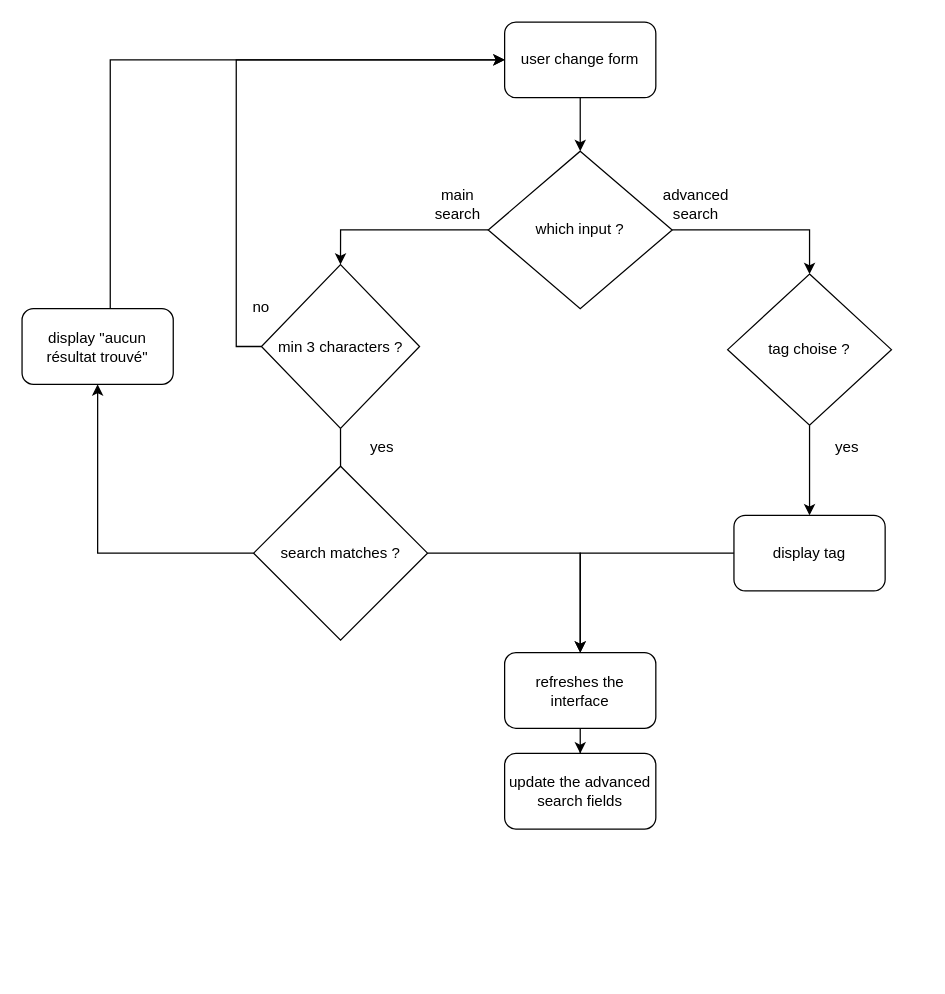
The draw.io diagram algorigramme boucles natives.drawio in madelineGrammatico/Les_Petits_Plats, before the edit. Source tidied: cells renumbered, new cells numbered last; positions are measured from the earlier drawing's top-left corner, leaving out a move shared by most shapes. Both pictures are drawn from the tidied source at 126%, with x=0, y=0 at pixel (21, 21).
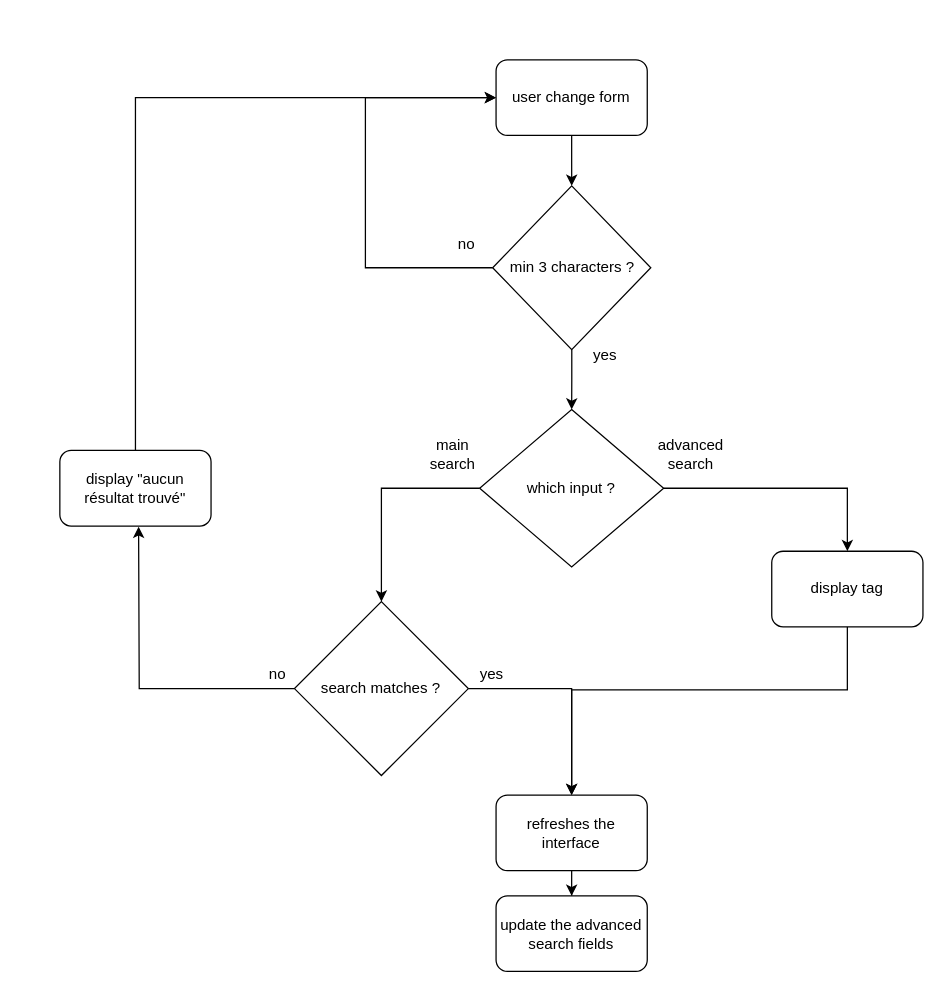
Above is the later version.

Diff of the diagram source:
```diff
@@
-    <mxCell id="2" style="edgeStyle=orthogonalEdgeStyle;rounded=0;jettySize=auto;html=1;entryX=0.5;entryY=0;entryDx=0;entryDy=0;exitX=0.5;exitY=1;exitDx=0;exitDy=0;" parent="1" edge="1" source="4" target="9">
-      <mxGeometry relative="1" as="geometry">
-        <Array as="points">
-          <mxPoint x="253" y="385" />
-        </Array>
-      </mxGeometry>
-    </mxCell>
     <mxCell id="3" style="edgeStyle=orthogonalEdgeStyle;rounded=0;jettySize=auto;html=1;exitX=0;exitY=0.5;exitDx=0;exitDy=0;entryX=0;entryY=0.5;entryDx=0;entryDy=0;" parent="1" edge="1" source="4" target="6">
-      <mxGeometry relative="1" as="geometry" />
+      <mxGeometry relative="1" as="geometry">
+        <Array as="points">
+          <mxPoint x="272.5" y="195" />
+          <mxPoint x="272.5" y="60" />
+        </Array>
+      </mxGeometry>
     </mxCell>
+    <mxCell id="27" style="edgeStyle=orthogonalEdgeStyle;rounded=0;jettySize=auto;html=1;" parent="1" edge="1" source="4" target="24">
+      <mxGeometry relative="1" as="geometry" />
+    </mxCell>
     <mxCell id="4" value="min 3 characters ? " style="rhombus;whiteSpace=wrap;html=1;" parent="1" vertex="1">
-      <mxGeometry x="190" y="192.5" width="125.5" height="130" as="geometry" />
+      <mxGeometry x="373.5" y="130" width="125.5" height="130" as="geometry" />
     </mxCell>
-    <mxCell id="5" style="edgeStyle=orthogonalEdgeStyle;rounded=0;jettySize=auto;html=1;entryX=0.5;entryY=0;entryDx=0;entryDy=0;" parent="1" edge="1" source="6" target="24">
-      <mxGeometry relative="1" as="geometry" />
-    </mxCell>
+    <mxCell id="28" style="edgeStyle=orthogonalEdgeStyle;rounded=0;jettySize=auto;html=1;entryX=0.5;entryY=0;entryDx=0;entryDy=0;" parent="1" edge="1" source="6" target="4">
+      <mxGeometry relative="1" as="geometry" />
+    </mxCell>
     <mxCell id="6" value="user change form" style="rounded=1;whiteSpace=wrap;html=1;" parent="1" vertex="1">
-      <mxGeometry x="383" width="120" height="60" as="geometry" />
+      <mxGeometry x="376.2" y="30" width="120" height="60" as="geometry" />
     </mxCell>
@@
-    <mxCell id="8" style="edgeStyle=orthogonalEdgeStyle;rounded=0;jettySize=auto;html=1;entryX=0.5;entryY=1;entryDx=0;entryDy=0;" parent="1" edge="1" source="9" target="21">
-      <mxGeometry relative="1" as="geometry" />
-    </mxCell>
+    <mxCell id="29" style="edgeStyle=orthogonalEdgeStyle;rounded=0;jettySize=auto;html=1;entryX=0.5;entryY=1;entryDx=0;entryDy=0;" parent="1" edge="1" source="9">
+      <mxGeometry relative="1" as="geometry">
+        <mxPoint x="92.5" y="400.5" as="targetPoint" />
+      </mxGeometry>
+    </mxCell>
     <mxCell id="9" value="search matches ?" style="rhombus;whiteSpace=wrap;html=1;" parent="1" vertex="1">
-      <mxGeometry x="183.8" y="352.5" width="138" height="138" as="geometry" />
+      <mxGeometry x="216.2" y="460" width="138" height="138" as="geometry" />
     </mxCell>
-    <mxCell id="10" value="yes" style="text;html=1;strokeColor=none;fillColor=none;align=center;verticalAlign=middle;whiteSpace=wrap;rounded=0;" parent="1" vertex="1">
-      <mxGeometry x="255.5" y="322.5" width="60" height="30" as="geometry" />
-    </mxCell>
+    <mxCell id="30" value="yes" style="text;html=1;strokeColor=none;fillColor=none;align=center;verticalAlign=middle;whiteSpace=wrap;rounded=0;" parent="1" vertex="1">
+      <mxGeometry x="432.5" y="250" width="60" height="30" as="geometry" />
+    </mxCell>
@@
     <mxCell id="12" value="refreshes the interface" style="rounded=1;whiteSpace=wrap;html=1;" parent="1" vertex="1">
-      <mxGeometry x="383" y="500.5" width="120" height="60" as="geometry" />
+      <mxGeometry x="376.2" y="613.5" width="120" height="60" as="geometry" />
     </mxCell>
     <mxCell id="13" value="update the advanced search fields" style="rounded=1;whiteSpace=wrap;html=1;" parent="1" vertex="1">
-      <mxGeometry x="383" y="580.5" width="120" height="60" as="geometry" />
+      <mxGeometry x="376.2" y="693.5" width="120" height="60" as="geometry" />
     </mxCell>
-    <mxCell id="14" style="edgeStyle=orthogonalEdgeStyle;rounded=0;jettySize=auto;html=1;entryX=0.5;entryY=0;entryDx=0;entryDy=0;" parent="1" edge="1" source="15" target="17">
-      <mxGeometry relative="1" as="geometry" />
-    </mxCell>
-    <mxCell id="15" value="tag choise ?" style="rhombus;whiteSpace=wrap;html=1;" parent="1" vertex="1">
-      <mxGeometry x="560" y="200" width="130" height="120" as="geometry" />
-    </mxCell>
     <mxCell id="16" style="edgeStyle=orthogonalEdgeStyle;rounded=0;jettySize=auto;html=1;entryX=0.5;entryY=0;entryDx=0;entryDy=0;" parent="1" edge="1" source="17" target="12">
-      <mxGeometry relative="1" as="geometry" />
+      <mxGeometry relative="1" as="geometry">
+        <Array as="points">
+          <mxPoint x="655.5" y="530" />
+          <mxPoint x="436.5" y="530" />
+        </Array>
+      </mxGeometry>
     </mxCell>
     <mxCell id="17" value="display tag" style="rounded=1;whiteSpace=wrap;html=1;" parent="1" vertex="1">
-      <mxGeometry x="565" y="391.5" width="120" height="60" as="geometry" />
+      <mxGeometry x="595" y="420" width="120" height="60" as="geometry" />
     </mxCell>
-    <mxCell id="18" value="no" style="text;html=1;strokeColor=none;fillColor=none;align=center;verticalAlign=middle;whiteSpace=wrap;rounded=0;" parent="1" vertex="1">
-      <mxGeometry x="160" y="210" width="60" height="33" as="geometry" />
-    </mxCell>
-    <mxCell id="19" value="yes" style="text;html=1;strokeColor=none;fillColor=none;align=center;verticalAlign=middle;whiteSpace=wrap;rounded=0;" parent="1" vertex="1">
-      <mxGeometry x="625" y="322.5" width="60" height="30" as="geometry" />
-    </mxCell>
+    <mxCell id="31" value="no" style="text;html=1;strokeColor=none;fillColor=none;align=center;verticalAlign=middle;whiteSpace=wrap;rounded=0;" parent="1" vertex="1">
+      <mxGeometry x="322.5" y="160" width="60" height="33" as="geometry" />
+    </mxCell>
     <mxCell id="20" style="edgeStyle=orthogonalEdgeStyle;rounded=0;jettySize=auto;html=1;entryX=0;entryY=0.5;entryDx=0;entryDy=0;exitX=0.5;exitY=0;exitDx=0;exitDy=0;" parent="1" edge="1" source="21" target="6">
       <mxGeometry relative="1" as="geometry">
         <Array as="points">
-          <mxPoint x="70" y="30" />
+          <mxPoint x="90.5" y="60" />
         </Array>
       </mxGeometry>
     </mxCell>
     <mxCell id="21" value="display &quot;aucun résultat trouvé&quot;" style="rounded=1;whiteSpace=wrap;html=1;" parent="1" vertex="1">
-      <mxGeometry y="227.5" width="120" height="60" as="geometry" />
+      <mxGeometry x="30" y="340" width="120" height="60" as="geometry" />
     </mxCell>
-    <mxCell id="22" style="edgeStyle=orthogonalEdgeStyle;rounded=0;jettySize=auto;html=1;entryX=0.5;entryY=0;entryDx=0;entryDy=0;" parent="1" edge="1" source="24" target="4">
-      <mxGeometry relative="1" as="geometry" />
-    </mxCell>
-    <mxCell id="23" style="edgeStyle=orthogonalEdgeStyle;rounded=0;jettySize=auto;html=1;entryX=0.5;entryY=0;entryDx=0;entryDy=0;" parent="1" edge="1" source="24" target="15">
-      <mxGeometry relative="1" as="geometry" />
-    </mxCell>
+    <mxCell id="32" style="edgeStyle=orthogonalEdgeStyle;rounded=0;jettySize=auto;html=1;entryX=0.5;entryY=0;entryDx=0;entryDy=0;" parent="1" edge="1" source="24" target="17">
+      <mxGeometry relative="1" as="geometry" />
+    </mxCell>
+    <mxCell id="33" style="edgeStyle=orthogonalEdgeStyle;rounded=0;jettySize=auto;html=1;entryX=0.5;entryY=0;entryDx=0;entryDy=0;" parent="1" edge="1" source="24" target="9">
+      <mxGeometry relative="1" as="geometry" />
+    </mxCell>
     <mxCell id="24" value="which input ?" style="rhombus;whiteSpace=wrap;html=1;" parent="1" vertex="1">
-      <mxGeometry x="370" y="102.5" width="146" height="125" as="geometry" />
+      <mxGeometry x="363.2" y="307.5" width="146" height="125" as="geometry" />
     </mxCell>
     <mxCell id="25" value="main search" style="text;html=1;strokeColor=none;fillColor=none;align=center;verticalAlign=middle;whiteSpace=wrap;rounded=0;" parent="1" vertex="1">
-      <mxGeometry x="315.5" y="130" width="60" height="30" as="geometry" />
+      <mxGeometry x="311.5" y="327.5" width="60" height="30" as="geometry" />
     </mxCell>
     <mxCell id="26" value="advanced search" style="text;html=1;strokeColor=none;fillColor=none;align=center;verticalAlign=middle;whiteSpace=wrap;rounded=0;" parent="1" vertex="1">
-      <mxGeometry x="505" y="130" width="60" height="30" as="geometry" />
+      <mxGeometry x="501" y="327.5" width="60" height="30" as="geometry" />
     </mxCell>
+    <mxCell id="34" value="yes" style="text;html=1;strokeColor=none;fillColor=none;align=center;verticalAlign=middle;whiteSpace=wrap;rounded=0;" parent="1" vertex="1">
+      <mxGeometry x="342.5" y="503" width="60" height="30" as="geometry" />
+    </mxCell>
+    <mxCell id="35" value="no" style="text;html=1;strokeColor=none;fillColor=none;align=center;verticalAlign=middle;whiteSpace=wrap;rounded=0;" parent="1" vertex="1">
+      <mxGeometry x="172.5" y="503" width="60" height="30" as="geometry" />
+    </mxCell>
```
